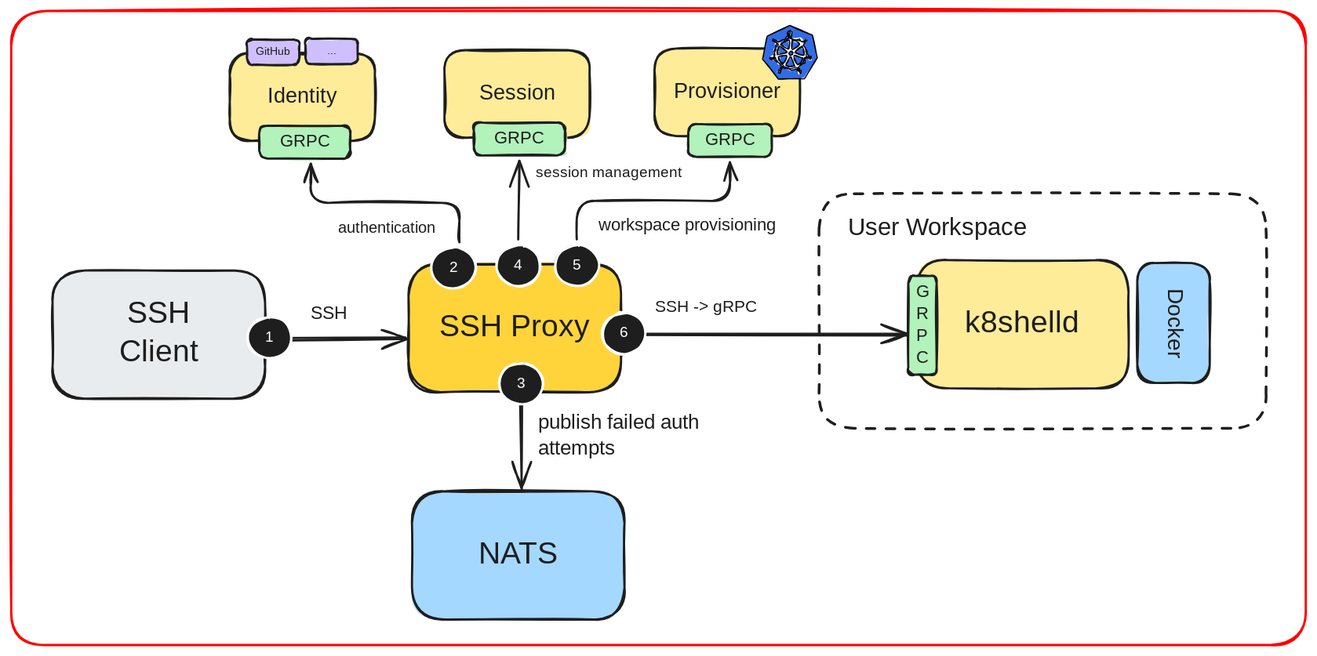
This is drawings/ssh-architecture.excalidraw.svg from k8shell-io/docs, a Excalidraw export, as it was before one commit. Source tidied: one line per element, renumbered; positions are measured from the earlier drawing's top-left corner, leaving out a move shared by most shapes.
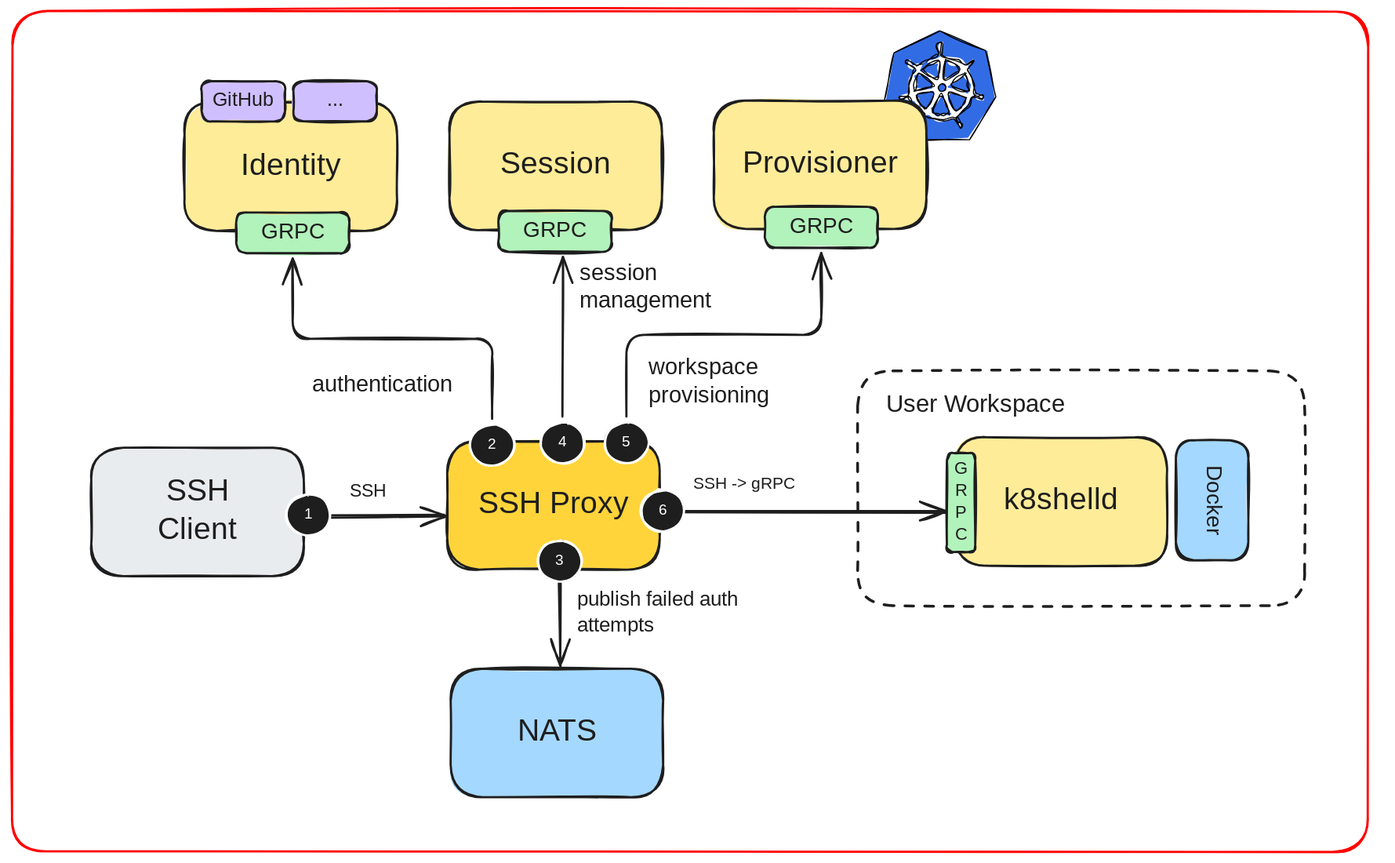
After the change.

The edit, as a diff of the source:
```diff
@@ -9,27 +9,13 @@
 {"id": 8, "type": "arrow", "strokeColor": "#1e1e1e", "backgroundColor": "#e9ecef", "fillStyle": "solid", "strokeWidth": 2, "roughness": 1, "endArrowhead": "arrow", "round": true, "from": 6, "to": 4, "x": 236, "y": 299, "width": 124, "height": 1, "points": [[0, 0], [124, -1]]}
-{"id": 9, "type": "rectangle", "strokeColor": "#1e1e1e", "backgroundColor": "#ffec99", "fillStyle": "solid", "strokeWidth": 2, "roughness": 1, "round": true, "x": 199, "y": 39, "width": 132, "height": 80}
-{"id": 10, "type": "text", "text": "Identity", "strokeColor": "#1e1e1e", "backgroundColor": "#ffec99", "fillStyle": "solid", "strokeWidth": 2, "roughness": 1, "fontSize": 19.11, "fontFamily": 5, "textAlign": "center", "verticalAlign": "middle", "inside": 9, "x": 235, "y": 67, "width": 59, "height": 24}
-{"id": 11, "type": "rectangle", "strokeColor": "#1e1e1e", "backgroundColor": "#b2f2bb", "fillStyle": "solid", "strokeWidth": 2, "roughness": 1, "round": true, "x": 226, "y": 105, "width": 83, "height": 30}
-{"id": 12, "type": "text", "text": "GRPC", "strokeColor": "#1e1e1e", "strokeWidth": 2, "roughness": 1, "fontSize": 16, "fontFamily": 5, "textAlign": "center", "verticalAlign": "middle", "inside": 11, "x": 245, "y": 110, "width": 45, "height": 20}
-{"id": 13, "type": "rectangle", "strokeColor": "#1e1e1e", "backgroundColor": "#ffec99", "fillStyle": "solid", "strokeWidth": 2, "roughness": 1, "round": true, "x": 586, "y": 34, "width": 132, "height": 80}
-{"id": 14, "type": "text", "text": "Provisioner", "strokeColor": "#1e1e1e", "strokeWidth": 2, "roughness": 1, "fontSize": 19.11, "fontFamily": 5, "textAlign": "center", "verticalAlign": "middle", "inside": 13, "x": 601, "y": 62, "width": 102, "height": 24}
-{"id": 15, "type": "rectangle", "strokeColor": "#1e1e1e", "backgroundColor": "#b2f2bb", "fillStyle": "solid", "strokeWidth": 2, "roughness": 1, "round": true, "x": 617, "y": 103, "width": 76, "height": 30}
-{"id": 16, "type": "text", "text": "GRPC", "strokeColor": "#1e1e1e", "strokeWidth": 2, "roughness": 1, "fontSize": 16, "fontFamily": 5, "textAlign": "center", "verticalAlign": "middle", "inside": 15, "x": 632, "y": 108, "width": 45, "height": 20}
 {"id": 17, "type": "arrow", "strokeColor": "#1e1e1e", "strokeWidth": 2, "roughness": 1, "endArrowhead": "arrow", "round": true, "from": 4, "to": 2, "x": 561, "y": 295, "width": 255, "height": 0, "points": [[0, 0], [255, 0]]}
-{"id": 18, "type": "rectangle", "strokeColor": "#1e1e1e", "backgroundColor": "#d0bfff", "fillStyle": "solid", "strokeWidth": 2, "roughness": 1, "round": true, "x": 215, "y": 26, "width": 48, "height": 23}
-{"id": 19, "type": "text", "text": "GitHub", "strokeColor": "#1e1e1e", "strokeWidth": 2, "roughness": 1, "fontSize": 10.23, "fontFamily": 5, "textAlign": "center", "verticalAlign": "middle", "inside": 18, "x": 223, "y": 31, "width": 31, "height": 13}
-{"id": 20, "type": "rectangle", "strokeColor": "#1e1e1e", "backgroundColor": "#d0bfff", "fillStyle": "solid", "strokeWidth": 2, "roughness": 1, "round": true, "x": 268, "y": 25, "width": 48, "height": 23}
-{"id": 21, "type": "text", "text": "...", "strokeColor": "#1e1e1e", "strokeWidth": 2, "roughness": 1, "fontSize": 10.23, "fontFamily": 5, "textAlign": "center", "verticalAlign": "middle", "inside": 20, "x": 288, "y": 31, "width": 8, "height": 13}
-{"id": 22, "type": "line", "strokeColor": "#000000", "backgroundColor": "#326ce5", "fillStyle": "solid", "strokeWidth": 1, "roughness": 1, "x": 709, "y": 13, "width": 50, "height": 49, "points": [[0, 0], [-21, 10], [-25, 31], [-11, 49], [13, 49], [25, 30], [20, 9], [0, 0]]}
+{"id": 22, "type": "line", "strokeColor": "#000000", "backgroundColor": "#326ce5", "fillStyle": "solid", "strokeWidth": 1, "roughness": 1, "x": 811, "y": -143, "width": 101, "height": 99, "points": [[0, 0], [-42, 20], [-51, 63], [-22, 99], [27, 99], [51, 60], [41, 18], [0, 0]]}
-{"id": 23, "type": "line", "strokeColor": "#000000", "angle": 0.01, "backgroundColor": "#ffff", "fillStyle": "solid", "strokeWidth": 1, "roughness": 1, "round": true, "x": 705, "y": 25, "width": 37, "height": 37, "points": [[0, 0], [3, -1], [3, -2], [3, -6], [4, -6], [4, -2], [5, -1], [8, 0], [12, 1], [15, 3], [16, 3], [18, 1], [19, 2], [17, 4], [16, 5], [18, 8], [19, 12], [19, 16], [20, 16], [23, 17], [23, 18], [20, 18], [19, 18], [17, 21], [15, 24], [12, 26], [12, 27], [14, 30], [13, 31], [11, 28], [10, 27], [6, 28], [1, 28], [-2, 26], [-3, 27], [-5, 30], [-6, 29], [-4, 27], [-4, 25], [-6, 24], [-8, 20], [-9, 18], [-11, 18], [-14, 19], [-14, 18], [-11, 17], [-10, 16], [-10, 12], [-9, 8], [-7, 6], [-8, 4], [-11, 3], [-11, 1], [-8, 4], [-6, 4], [-4, 2], [0, 0]]}
+{"id": 23, "type": "line", "strokeColor": "#000000", "angle": 0.01, "backgroundColor": "#ffff", "fillStyle": "solid", "strokeWidth": 1, "roughness": 1, "round": true, "x": 803, "y": -118, "width": 76, "height": 76, "points": [[0, 0], [5, -2], [6, -5], [5, -12], [9, -13], [9, -4], [10, -2], [16, -1], [24, 2], [30, 6], [32, 6], [37, 2], [39, 3], [34, 8], [33, 10], [37, 17], [39, 24], [39, 32], [41, 34], [47, 34], [47, 37], [40, 36], [38, 36], [35, 43], [30, 48], [24, 53], [25, 55], [29, 62], [26, 63], [23, 56], [20, 55], [13, 57], [3, 56], [-4, 54], [-6, 55], [-9, 61], [-12, 60], [-8, 54], [-7, 52], [-12, 48], [-17, 41], [-19, 37], [-22, 37], [-28, 39], [-29, 36], [-22, 35], [-20, 33], [-20, 24], [-18, 17], [-15, 11], [-16, 9], [-23, 5], [-21, 3], [-16, 7], [-12, 8], [-7, 3], [0, 0]]}
-{"id": 24, "type": "line", "strokeColor": "#000000", "backgroundColor": "#326ce5", "fillStyle": "solid", "strokeWidth": 1, "roughness": 1, "round": true, "x": 701, "y": 31, "width": 8, "height": 8, "points": [[0, 0], [2, -2], [5, -3], [7, -4], [8, 0], [7, 4], [3, 2], [0, 0]]}
+{"id": 24, "type": "line", "strokeColor": "#000000", "backgroundColor": "#326ce5", "fillStyle": "solid", "strokeWidth": 1, "roughness": 1, "round": true, "x": 794, "y": -107, "width": 15, "height": 15, "points": [[0, 0], [5, -4], [9, -7], [15, -8], [15, 0], [14, 8], [7, 4], [0, 0]]}
-{"id": 25, "type": "line", "strokeColor": "#000000", "angle": 0.99, "backgroundColor": "#326ce5", "fillStyle": "solid", "strokeWidth": 1, "roughness": 1, "round": true, "x": 709, "y": 30, "width": 8, "height": 8, "points": [[0, 0], [2, -2], [5, -3], [7, -4], [8, 0], [7, 4], [3, 2], [0, 0]]}
+{"id": 25, "type": "line", "strokeColor": "#000000", "angle": 0.99, "backgroundColor": "#326ce5", "fillStyle": "solid", "strokeWidth": 1, "roughness": 1, "round": true, "x": 811, "y": -109, "width": 16, "height": 16, "points": [[0, 0], [5, -4], [9, -7], [14, -8], [16, 0], [15, 8], [7, 4], [0, 0]]}
-{"id": 26, "type": "line", "strokeColor": "#000000", "angle": 1.88, "backgroundColor": "#326ce5", "fillStyle": "solid", "strokeWidth": 1, "roughness": 1, "round": true, "x": 715, "y": 36, "width": 8, "height": 8, "points": [[0, 0], [2, -2], [5, -3], [7, -4], [8, 0], [7, 4], [3, 2], [0, 0]]}
+{"id": 26, "type": "line", "strokeColor": "#000000", "angle": 1.88, "backgroundColor": "#326ce5", "fillStyle": "solid", "strokeWidth": 1, "roughness": 1, "round": true, "x": 823, "y": -97, "width": 15, "height": 16, "points": [[0, 0], [5, -4], [9, -7], [15, -7], [15, 0], [14, 9], [7, 5], [0, 0]]}
-{"id": 27, "type": "line", "strokeColor": "#000000", "angle": 2.85, "backgroundColor": "#326ce5", "fillStyle": "solid", "strokeWidth": 1, "roughness": 1, "round": true, "x": 714, "y": 44, "width": 7, "height": 8, "points": [[0, 0], [1, -2], [4, -3], [7, -4], [7, 0], [7, 4], [3, 3], [0, 0]]}
+{"id": 27, "type": "line", "strokeColor": "#000000", "angle": 2.85, "backgroundColor": "#326ce5", "fillStyle": "solid", "strokeWidth": 1, "roughness": 1, "round": true, "x": 820, "y": -81, "width": 15, "height": 17, "points": [[0, 0], [3, -3], [8, -7], [13, -8], [15, 0], [14, 9], [7, 5], [0, 0]]}
-{"id": 28, "type": "line", "strokeColor": "#000000", "angle": 3.77, "backgroundColor": "#326ce5", "fillStyle": "solid", "strokeWidth": 1, "roughness": 1, "round": true, "x": 707, "y": 48, "width": 7, "height": 9, "points": [[0, 0], [2, -2], [4, -4], [7, -4], [7, 0], [7, 4], [4, 2], [0, 0]]}
+{"id": 28, "type": "line", "strokeColor": "#000000", "angle": 3.77, "backgroundColor": "#326ce5", "fillStyle": "solid", "strokeWidth": 1, "roughness": 1, "round": true, "x": 806, "y": -73, "width": 15, "height": 17, "points": [[0, 0], [4, -4], [9, -7], [14, -9], [15, 0], [15, 9], [7, 5], [0, 0]]}
-{"id": 29, "type": "line", "strokeColor": "#000000", "angle": 4.76, "backgroundColor": "#326ce5", "fillStyle": "solid", "strokeWidth": 1, "roughness": 1, "round": true, "x": 699, "y": 45, "width": 7, "height": 7, "points": [[0, 0], [1, -2], [4, -4], [6, -4], [7, -1], [7, 3], [3, 2], [0, 0]]}
+{"id": 29, "type": "line", "strokeColor": "#000000", "angle": 4.76, "backgroundColor": "#326ce5", "fillStyle": "solid", "strokeWidth": 1, "roughness": 1, "round": true, "x": 790, "y": -79, "width": 15, "height": 15, "points": [[0, 0], [3, -4], [8, -8], [12, -8], [15, -1], [15, 7], [7, 5], [0, 0]]}
-{"id": 30, "type": "line", "strokeColor": "#000000", "angle": 5.65, "backgroundColor": "#326ce5", "fillStyle": "solid", "strokeWidth": 1, "roughness": 1, "round": true, "x": 697, "y": 37, "width": 8, "height": 8, "points": [[0, 0], [1, -2], [4, -4], [6, -4], [7, -1], [8, 4], [4, 2], [0, 0]]}
+{"id": 30, "type": "line", "strokeColor": "#000000", "angle": 5.65, "backgroundColor": "#326ce5", "fillStyle": "solid", "strokeWidth": 1, "roughness": 1, "round": true, "x": 785, "y": -94, "width": 17, "height": 16, "points": [[0, 0], [3, -4], [8, -8], [12, -9], [15, -1], [17, 8], [8, 5], [0, 0]]}
-{"id": 31, "type": "ellipse", "strokeColor": "#000000", "backgroundColor": "#326ce5", "fillStyle": "solid", "strokeWidth": 1, "roughness": 1, "x": 709, "y": 37, "width": 3, "height": 3}
+{"id": 31, "type": "ellipse", "strokeColor": "#000000", "backgroundColor": "#326ce5", "fillStyle": "solid", "strokeWidth": 1, "roughness": 1, "x": 810, "y": -95, "width": 7, "height": 7}
-{"id": 32, "type": "text", "text": "workspace provisioning", "strokeColor": "#1e1e1e", "backgroundColor": "#ffd43b", "fillStyle": "solid", "strokeWidth": 2, "roughness": 1, "fontSize": 15.56, "fontFamily": 5, "x": 535, "y": 186, "width": 169, "height": 19}
-{"id": 33, "type": "text", "text": "authentication", "strokeColor": "#1e1e1e", "backgroundColor": "#ffd43b", "fillStyle": "solid", "strokeWidth": 2, "roughness": 1, "fontSize": 14.58, "fontFamily": 5, "textAlign": "right", "x": 283, "y": 190, "width": 104, "height": 18}
 {"id": 34, "type": "text", "text": "SSH", "strokeColor": "#1e1e1e", "backgroundColor": "#ffd43b", "fillStyle": "solid", "strokeWidth": 2, "roughness": 1, "fontSize": 16.69, "fontFamily": 5, "x": 273, "y": 266, "width": 30, "height": 21}
@@ -48,4 +34,4 @@
 {"id": 47, "type": "text", "text": "2", "strokeColor": "#ffffff", "backgroundColor": "#1e1e1e", "fillStyle": "solid", "strokeWidth": 2, "roughness": 1, "fontSize": 13.5, "fontFamily": 5, "textAlign": "center", "verticalAlign": "middle", "inside": 46, "x": 398, "y": 226, "width": 9, "height": 17}
-{"id": 48, "type": "ellipse", "strokeColor": "#ffffff", "backgroundColor": "#1e1e1e", "fillStyle": "solid", "strokeWidth": 2, "roughness": 1, "round": true, "x": 495, "y": 213, "width": 40, "height": 38}
+{"id": 48, "type": "ellipse", "strokeColor": "#ffffff", "backgroundColor": "#1e1e1e", "fillStyle": "solid", "strokeWidth": 2, "roughness": 1, "round": true, "x": 505, "y": 213, "width": 40, "height": 38}
-{"id": 49, "type": "text", "text": "5", "strokeColor": "#ffffff", "backgroundColor": "#1e1e1e", "fillStyle": "solid", "strokeWidth": 2, "roughness": 1, "fontSize": 13.5, "fontFamily": 5, "textAlign": "center", "verticalAlign": "middle", "inside": 48, "x": 511, "y": 224, "width": 8, "height": 17}
+{"id": 49, "type": "text", "text": "5", "strokeColor": "#ffffff", "backgroundColor": "#1e1e1e", "fillStyle": "solid", "strokeWidth": 2, "roughness": 1, "fontSize": 13.5, "fontFamily": 5, "textAlign": "center", "verticalAlign": "middle", "inside": 48, "x": 521, "y": 224, "width": 8, "height": 17}
 {"id": 50, "type": "ellipse", "strokeColor": "#ffffff", "backgroundColor": "#1e1e1e", "fillStyle": "solid", "strokeWidth": 2, "roughness": 1, "round": true, "x": 538, "y": 275, "width": 40, "height": 38}
@@ -54,12 +40,26 @@
 {"id": 53, "type": "text", "text": "3", "strokeColor": "#ffffff", "backgroundColor": "#1e1e1e", "fillStyle": "solid", "strokeWidth": 2, "roughness": 1, "fontSize": 13.5, "fontFamily": 5, "textAlign": "center", "verticalAlign": "middle", "inside": 52, "x": 460, "y": 332, "width": 8, "height": 17}
-{"id": 54, "type": "rectangle", "strokeColor": "#ff0000", "strokeWidth": 2, "roughness": 1, "round": true, "x": 0, "y": 0, "width": 1179, "height": 578}
+{"id": 54, "type": "rectangle", "strokeColor": "#ff0000", "angle": 0.0, "strokeWidth": 2, "roughness": 1, "round": true, "x": -34, "y": -161, "width": 1235, "height": 765}
-{"id": 55, "type": "rectangle", "strokeColor": "#1e1e1e", "backgroundColor": "#ffec99", "fillStyle": "solid", "strokeWidth": 2, "roughness": 1, "round": true, "x": 395, "y": 36, "width": 132, "height": 80}
-{"id": 56, "type": "text", "text": "Session", "strokeColor": "#1e1e1e", "backgroundColor": "#ffec99", "fillStyle": "solid", "strokeWidth": 2, "roughness": 1, "fontSize": 19.11, "fontFamily": 5, "textAlign": "center", "verticalAlign": "middle", "inside": 55, "x": 426, "y": 64, "width": 69, "height": 24}
-{"id": 57, "type": "rectangle", "strokeColor": "#1e1e1e", "backgroundColor": "#b2f2bb", "fillStyle": "solid", "strokeWidth": 2, "roughness": 1, "round": true, "x": 421, "y": 102, "width": 83, "height": 30}
-{"id": 58, "type": "text", "text": "GRPC", "strokeColor": "#1e1e1e", "strokeWidth": 2, "roughness": 1, "fontSize": 16, "fontFamily": 5, "textAlign": "center", "verticalAlign": "middle", "inside": 57, "x": 440, "y": 107, "width": 45, "height": 20}
-{"id": 59, "type": "arrow", "strokeColor": "#1e1e1e", "backgroundColor": "#b2f2bb", "fillStyle": "solid", "strokeWidth": 2, "roughness": 1, "endArrowhead": "arrow", "from": 46, "to": 11, "x": 408, "y": 211, "width": 135, "height": 71, "points": [[0, 0], [0, -36], [-135, -36], [-135, -71]]}
-{"id": 60, "type": "arrow", "strokeColor": "#1e1e1e", "backgroundColor": "#b2f2bb", "fillStyle": "solid", "strokeWidth": 2, "roughness": 1, "endArrowhead": "arrow", "from": 48, "to": 15, "x": 515, "y": 208, "width": 140, "height": 70, "points": [[0, 0], [0, -35], [140, -35], [140, -70]]}
+{"id": 60, "type": "arrow", "strokeColor": "#1e1e1e", "backgroundColor": "#b2f2bb", "fillStyle": "solid", "strokeWidth": 2, "roughness": 1, "endArrowhead": "arrow", "from": 48, "to": 70, "x": 525, "y": 208, "width": 177, "height": 149, "points": [[0, 0], [0, -74], [177, -74], [177, -149]]}
-{"id": 61, "type": "ellipse", "strokeColor": "#ffffff", "backgroundColor": "#1e1e1e", "fillStyle": "solid", "strokeWidth": 2, "roughness": 1, "round": true, "x": 442, "y": 213, "width": 40, "height": 38}
+{"id": 61, "type": "ellipse", "strokeColor": "#ffffff", "backgroundColor": "#1e1e1e", "fillStyle": "solid", "strokeWidth": 2, "roughness": 1, "round": true, "x": 447, "y": 213, "width": 40, "height": 38}
-{"id": 62, "type": "text", "text": "4", "strokeColor": "#ffffff", "backgroundColor": "#1e1e1e", "fillStyle": "solid", "strokeWidth": 2, "roughness": 1, "fontSize": 13.5, "fontFamily": 5, "textAlign": "center", "verticalAlign": "middle", "inside": 61, "x": 458, "y": 224, "width": 8, "height": 17}
+{"id": 62, "type": "text", "text": "4", "strokeColor": "#ffffff", "backgroundColor": "#1e1e1e", "fillStyle": "solid", "strokeWidth": 2, "roughness": 1, "fontSize": 13.5, "fontFamily": 5, "textAlign": "center", "verticalAlign": "middle", "inside": 61, "x": 463, "y": 224, "width": 8, "height": 17}
-{"id": 63, "type": "arrow", "strokeColor": "#1e1e1e", "backgroundColor": "#b2f2bb", "fillStyle": "solid", "strokeWidth": 2, "roughness": 1, "endArrowhead": "arrow", "from": 61, "to": 57, "x": 462, "y": 208, "width": 1, "height": 72, "points": [[0, 0], [1, -72]]}
+{"id": 63, "type": "arrow", "strokeColor": "#1e1e1e", "backgroundColor": "#b2f2bb", "fillStyle": "solid", "strokeWidth": 2, "roughness": 1, "endArrowhead": "arrow", "from": 61, "to": 68, "x": 467, "y": 208, "width": 0, "height": 145, "points": [[0, 0], [0, -145]]}
-{"id": 64, "type": "text", "text": "session management", "strokeColor": "#1e1e1e", "backgroundColor": "#ffd43b", "fillStyle": "solid", "strokeWidth": 2, "roughness": 1, "fontSize": 13.85, "fontFamily": 5, "x": 478, "y": 139, "width": 134, "height": 17}
+{"id": 64, "type": "text", "text": "session \nmanagement", "strokeColor": "#1e1e1e", "backgroundColor": "#ffd43b", "fillStyle": "solid", "strokeWidth": 2, "roughness": 1, "fontSize": 20.52, "fontFamily": 5, "x": 483, "y": 66, "width": 117, "height": 51}
+{"id": 65, "type": "rectangle", "strokeColor": "#1e1e1e", "backgroundColor": "#ffec99", "fillStyle": "solid", "strokeWidth": 2, "roughness": 1, "round": true, "x": 123, "y": -78, "width": 194, "height": 117}
+{"id": 10, "type": "text", "text": "Identity", "strokeColor": "#1e1e1e", "strokeWidth": 2, "roughness": 1, "fontSize": 28, "fontFamily": 5, "textAlign": "center", "verticalAlign": "middle", "inside": 65, "x": 162, "y": -37, "width": 115, "height": 35}
+{"id": 66, "type": "rectangle", "strokeColor": "#1e1e1e", "backgroundColor": "#ffec99", "fillStyle": "solid", "strokeWidth": 2, "roughness": 1, "round": true, "x": 364, "y": -79, "width": 194, "height": 117}
+{"id": 56, "type": "text", "text": "Session", "strokeColor": "#1e1e1e", "strokeWidth": 2, "roughness": 1, "fontSize": 28, "fontFamily": 5, "textAlign": "center", "verticalAlign": "middle", "inside": 66, "x": 410, "y": -38, "width": 101, "height": 35}
+{"id": 67, "type": "rectangle", "strokeColor": "#1e1e1e", "backgroundColor": "#ffec99", "fillStyle": "solid", "strokeWidth": 2, "roughness": 1, "round": true, "x": 605, "y": -79, "width": 194, "height": 117}
+{"id": 14, "type": "text", "text": "Provisioner", "strokeColor": "#1e1e1e", "strokeWidth": 2, "roughness": 1, "fontSize": 28, "fontFamily": 5, "textAlign": "center", "verticalAlign": "middle", "inside": 67, "x": 627, "y": -39, "width": 150, "height": 35}
+{"id": 11, "type": "rectangle", "strokeColor": "#1e1e1e", "backgroundColor": "#b2f2bb", "fillStyle": "solid", "strokeWidth": 2, "roughness": 1, "round": true, "x": 170, "y": 22, "width": 103, "height": 37}
+{"id": 12, "type": "text", "text": "GRPC", "strokeColor": "#1e1e1e", "strokeWidth": 2, "roughness": 1, "fontSize": 19.84, "fontFamily": 5, "textAlign": "center", "verticalAlign": "middle", "inside": 11, "x": 193, "y": 28, "width": 56, "height": 25}
+{"id": 68, "type": "rectangle", "strokeColor": "#1e1e1e", "backgroundColor": "#b2f2bb", "fillStyle": "solid", "strokeWidth": 2, "roughness": 1, "round": true, "x": 409, "y": 21, "width": 103, "height": 37}
+{"id": 69, "type": "text", "text": "GRPC", "strokeColor": "#1e1e1e", "strokeWidth": 2, "roughness": 1, "fontSize": 19.84, "fontFamily": 5, "textAlign": "center", "verticalAlign": "middle", "inside": 68, "x": 432, "y": 27, "width": 56, "height": 25}
+{"id": 70, "type": "rectangle", "strokeColor": "#1e1e1e", "backgroundColor": "#b2f2bb", "fillStyle": "solid", "strokeWidth": 2, "roughness": 1, "round": true, "x": 651, "y": 17, "width": 103, "height": 37}
+{"id": 71, "type": "text", "text": "GRPC", "strokeColor": "#1e1e1e", "strokeWidth": 2, "roughness": 1, "fontSize": 19.84, "fontFamily": 5, "textAlign": "center", "verticalAlign": "middle", "inside": 70, "x": 675, "y": 23, "width": 56, "height": 25}
+{"id": 32, "type": "text", "text": "workspace \nprovisioning", "strokeColor": "#1e1e1e", "backgroundColor": "#ffd43b", "fillStyle": "solid", "strokeWidth": 2, "roughness": 1, "fontSize": 20.52, "fontFamily": 5, "x": 545, "y": 151, "width": 114, "height": 51}
+{"id": 72, "type": "arrow", "strokeColor": "#1e1e1e", "backgroundColor": "#ffec99", "fillStyle": "solid", "strokeWidth": 2, "roughness": 1, "endArrowhead": "arrow", "from": 46, "to": 11, "x": 403, "y": 210, "width": 182, "height": 146, "points": [[0, 0], [0, -73], [-182, -73], [-182, -146]]}
+{"id": 33, "type": "text", "text": "authentication", "strokeColor": "#1e1e1e", "backgroundColor": "#ffd43b", "fillStyle": "solid", "strokeWidth": 2, "roughness": 1, "fontSize": 20.52, "fontFamily": 5, "x": 239, "y": 168, "width": 146, "height": 26}
+{"id": 18, "type": "rectangle", "strokeColor": "#1e1e1e", "backgroundColor": "#d0bfff", "fillStyle": "solid", "strokeWidth": 2, "roughness": 1, "round": true, "x": 138, "y": -97, "width": 76, "height": 37}
+{"id": 19, "type": "text", "text": "GitHub", "strokeColor": "#1e1e1e", "strokeWidth": 2, "roughness": 1, "fontSize": 17.92, "fontFamily": 5, "textAlign": "center", "verticalAlign": "middle", "inside": 18, "x": 147, "y": -90, "width": 58, "height": 22}
+{"id": 73, "type": "rectangle", "strokeColor": "#1e1e1e", "backgroundColor": "#d0bfff", "fillStyle": "solid", "strokeWidth": 2, "roughness": 1, "round": true, "x": 222, "y": -97, "width": 76, "height": 37}
+{"id": 21, "type": "text", "text": "...", "strokeColor": "#1e1e1e", "strokeWidth": 2, "roughness": 1, "fontSize": 17.92, "fontFamily": 5, "textAlign": "center", "verticalAlign": "middle", "inside": 73, "x": 252, "y": -90, "width": 15, "height": 22}
```
